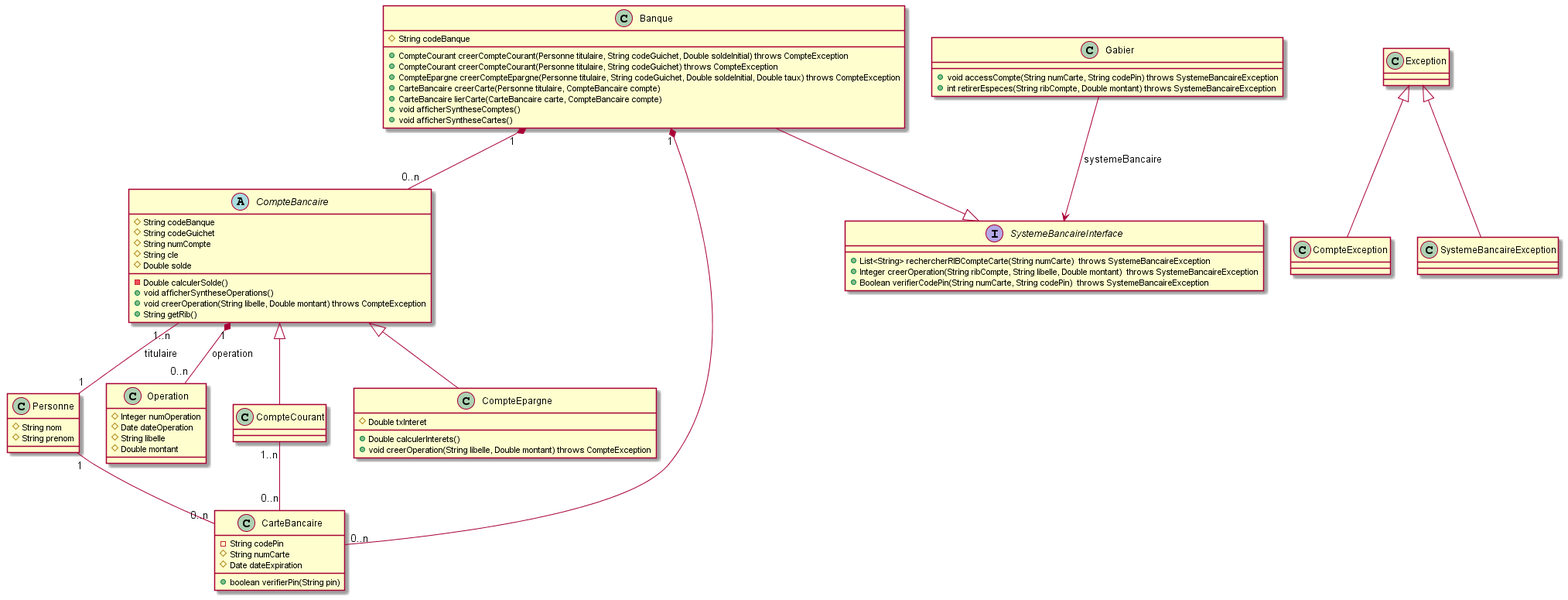
The PlantUML diagram correction/perso-banque-v0/modele.png in frozar/formation-java, before a commit. Its source is kept beside it as correction/perso-banque-v0/modele.plantuml. The source it was exported from:
```plantuml
@startuml
abstract class CompteBancaire {
    #String codeBanque
    #String codeGuichet
    #String numCompte
    #String cle
    #Double solde
    -Double calculerSolde()
    +void afficherSyntheseOperations()
    +void creerOperation(String libelle, Double montant) throws CompteException
    +String getRib()
}

class Personne {
    #String nom
    #String prenom
}

class Operation {
    #Integer numOperation
    #Date dateOperation
    #String libelle
    #Double montant
}

class CompteCourant {
}

class CompteEpargne {
    #Double txInteret
    +Double calculerInterets()
    +void creerOperation(String libelle, Double montant) throws CompteException
}


class CarteBancaire {
    -String codePin
    #String numCarte
    #Date dateExpiration
    +boolean verifierPin(String pin)
}

class Gabier {
    +void accessCompte(String numCarte, String codePin) throws SystemeBancaireException
    +int retirerEspeces(String ribCompte, Double montant) throws SystemeBancaireException
}

class Banque {
    #String codeBanque
    +CompteCourant creerCompteCourant(Personne titulaire, String codeGuichet, Double soldeInitial) throws CompteException
    +CompteCourant creerCompteCourant(Personne titulaire, String codeGuichet) throws CompteException
    +CompteEpargne creerCompteEpargne(Personne titulaire, String codeGuichet, Double soldeInitial, Double taux) throws CompteException
    +CarteBancaire creerCarte(Personne titulaire, CompteBancaire compte)
    +CarteBancaire lierCarte(CarteBancaire carte, CompteBancaire compte)
    +void afficherSyntheseComptes()
    +void afficherSyntheseCartes()
}

interface SystemeBancaireInterface {
    +List<String> rechercherRIBCompteCarte(String numCarte)  throws SystemeBancaireException
    +Integer creerOperation(String ribCompte, String libelle, Double montant)  throws SystemeBancaireException
    +Boolean verifierCodePin(String numCarte, String codePin)  throws SystemeBancaireException
}

CompteBancaire "1" *-- "0..n" Operation : operation
CompteBancaire <|--  CompteCourant
CompteBancaire <|--  CompteEpargne
CompteBancaire "1..n" -- "1" Personne : titulaire
Personne "1" -- "0..n" CarteBancaire
CompteCourant "1..n" -- "0..n" CarteBancaire
Gabier --> SystemeBancaireInterface : systemeBancaire
Banque --|> SystemeBancaireInterface
Banque "1" *-- "0..n" CompteBancaire
Banque "1" *-- "0..n" CarteBancaire
Exception <|-- CompteException
Exception <|-- SystemeBancaireException
@enduml
```
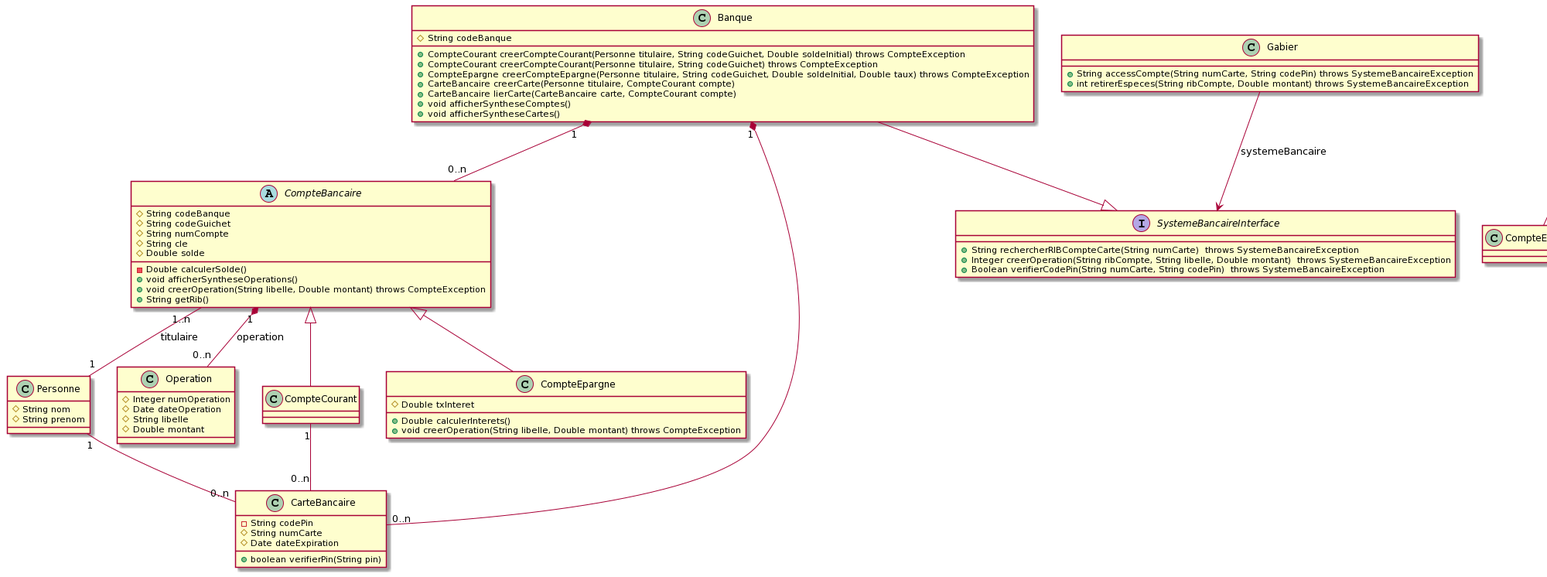
The same file after the commit.

The edit, as a diff of the source:
```diff
@@ -41,7 +41,7 @@
 }
 
 class Gabier {
-    +void accessCompte(String numCarte, String codePin) throws SystemeBancaireException
+    +String accessCompte(String numCarte, String codePin) throws SystemeBancaireException
     +int retirerEspeces(String ribCompte, Double montant) throws SystemeBancaireException
 }
 
@@ -50,14 +50,14 @@
     +CompteCourant creerCompteCourant(Personne titulaire, String codeGuichet, Double soldeInitial) throws CompteException
     +CompteCourant creerCompteCourant(Personne titulaire, String codeGuichet) throws CompteException
     +CompteEpargne creerCompteEpargne(Personne titulaire, String codeGuichet, Double soldeInitial, Double taux) throws CompteException
-    +CarteBancaire creerCarte(Personne titulaire, CompteBancaire compte)
-    +CarteBancaire lierCarte(CarteBancaire carte, CompteBancaire compte)
+    +CarteBancaire creerCarte(Personne titulaire, CompteCourant compte)
+    +CarteBancaire lierCarte(CarteBancaire carte, CompteCourant compte)
     +void afficherSyntheseComptes()
     +void afficherSyntheseCartes()
 }
 
 interface SystemeBancaireInterface {
-    +List<String> rechercherRIBCompteCarte(String numCarte)  throws SystemeBancaireException
+    +String rechercherRIBCompteCarte(String numCarte)  throws SystemeBancaireException
     +Integer creerOperation(String ribCompte, String libelle, Double montant)  throws SystemeBancaireException
     +Boolean verifierCodePin(String numCarte, String codePin)  throws SystemeBancaireException
 }
@@ -67,7 +67,7 @@
 CompteBancaire <|--  CompteEpargne
 CompteBancaire "1..n" -- "1" Personne : titulaire
 Personne "1" -- "0..n" CarteBancaire
-CompteCourant "1..n" -- "0..n" CarteBancaire
+CompteCourant "1" -- "0..n" CarteBancaire
 Gabier --> SystemeBancaireInterface : systemeBancaire
 Banque --|> SystemeBancaireInterface
 Banque "1" *-- "0..n" CompteBancaire
```
